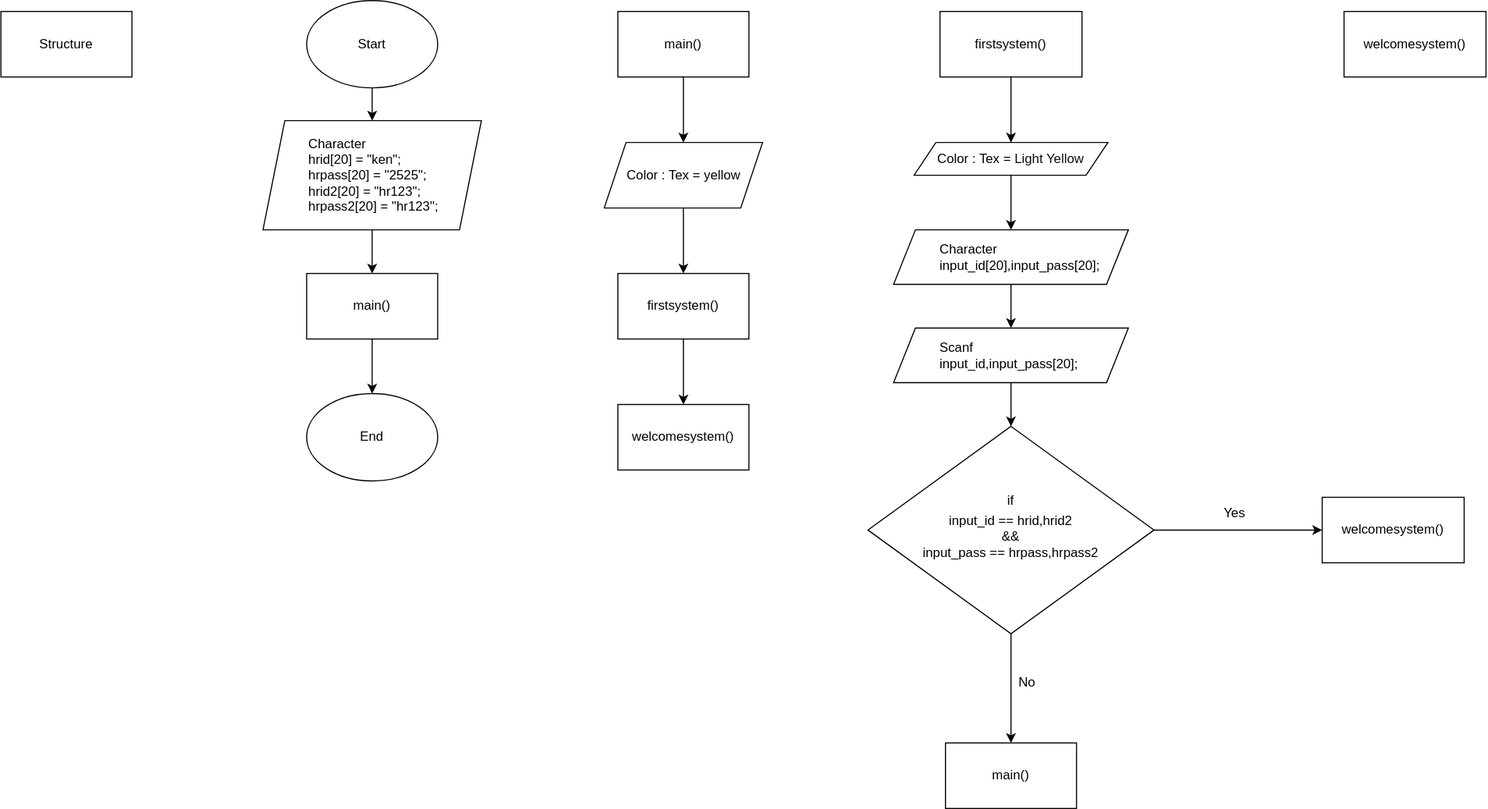
The draw.io diagram Project_C.drawio.svg in Nuttph/Project_C_Flowchart, before a commit. Source tidied: cells renumbered, new cells last; positions are measured from the earlier drawing's top-left corner, leaving out a move shared by most shapes.
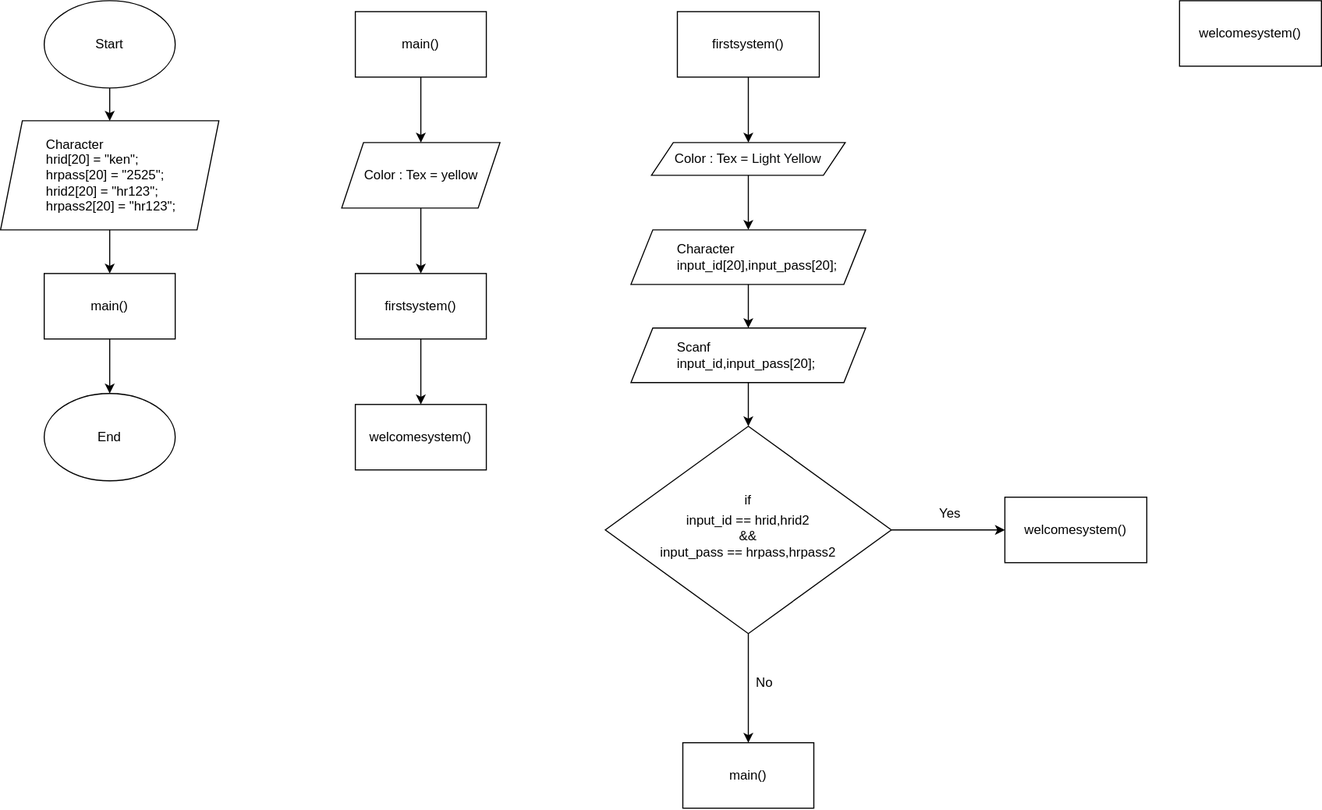
Above is the later version.

Diff of the diagram source:
```diff
@@ -26,9 +26,6 @@
     <mxCell id="9" value="firstsystem()" style="rounded=0;whiteSpace=wrap;html=1;" parent="1" vertex="1">
       <mxGeometry x="565" y="250" width="120" height="60" as="geometry" />
     </mxCell>
-    <mxCell id="10" value="Structure" style="rounded=0;whiteSpace=wrap;html=1;" parent="1" vertex="1">
-      <mxGeometry y="10" width="120" height="60" as="geometry" />
-    </mxCell>
     <mxCell id="11" style="edgeStyle=orthogonalEdgeStyle;rounded=0;jettySize=auto;html=1;entryX=0.5;entryY=0;entryDx=0;entryDy=0;" parent="1" edge="1" source="12" target="14">
       <mxGeometry relative="1" as="geometry" />
     </mxCell>
@@ -85,19 +82,19 @@
       <mxGeometry x="794" y="390" width="262" height="190" as="geometry" />
     </mxCell>
     <mxCell id="28" value="Yes" style="text;html=1;align=center;verticalAlign=middle;whiteSpace=wrap;rounded=0;" parent="1" vertex="1">
-      <mxGeometry x="1100" y="455" width="60" height="30" as="geometry" />
+      <mxGeometry x="1080" y="455" width="60" height="30" as="geometry" />
     </mxCell>
     <mxCell id="29" value="No" style="text;html=1;align=center;verticalAlign=middle;whiteSpace=wrap;rounded=0;" parent="1" vertex="1">
       <mxGeometry x="910" y="610" width="60" height="30" as="geometry" />
     </mxCell>
     <mxCell id="30" value="welcomesystem()" style="rounded=0;whiteSpace=wrap;html=1;" parent="1" vertex="1">
-      <mxGeometry x="1210" y="455" width="130" height="60" as="geometry" />
+      <mxGeometry x="1160" y="455" width="130" height="60" as="geometry" />
     </mxCell>
     <mxCell id="31" value="main()" style="rounded=0;whiteSpace=wrap;html=1;" parent="1" vertex="1">
       <mxGeometry x="865" y="680" width="120" height="60" as="geometry" />
     </mxCell>
     <mxCell id="32" value="welcomesystem()" style="rounded=0;whiteSpace=wrap;html=1;" parent="1" vertex="1">
-      <mxGeometry x="1230" y="10" width="130" height="60" as="geometry" />
+      <mxGeometry x="1320" width="130" height="60" as="geometry" />
     </mxCell>
   </root>
 </mxGraphModel>
```
